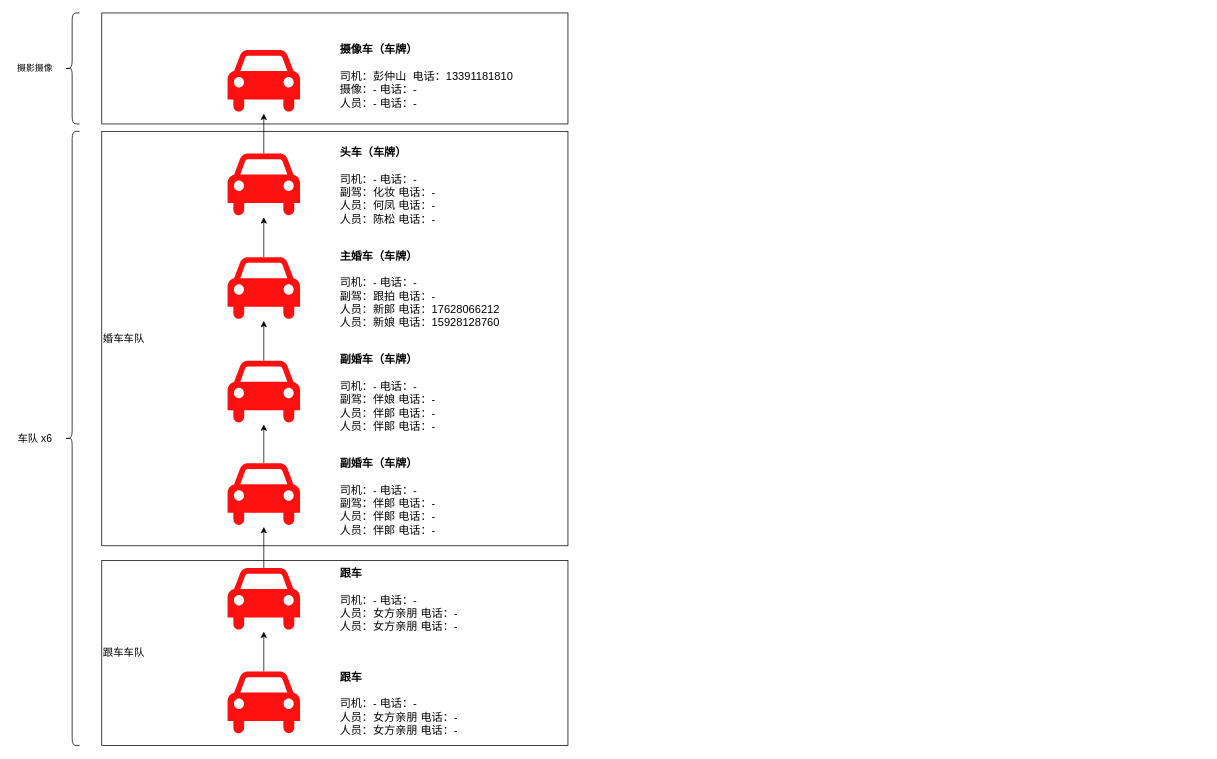
rexlin600/diagrams keeps this draw.io diagram as 结婚车队顺序.drawio. Above is the earlier version. Source tidied: cells renumbered, new cells numbered last; positions are measured from the earlier drawing's top-left corner, leaving out a move shared by most shapes. Both pictures are drawn from the tidied source at 74%, with x=0, y=0 at pixel (13, 13).
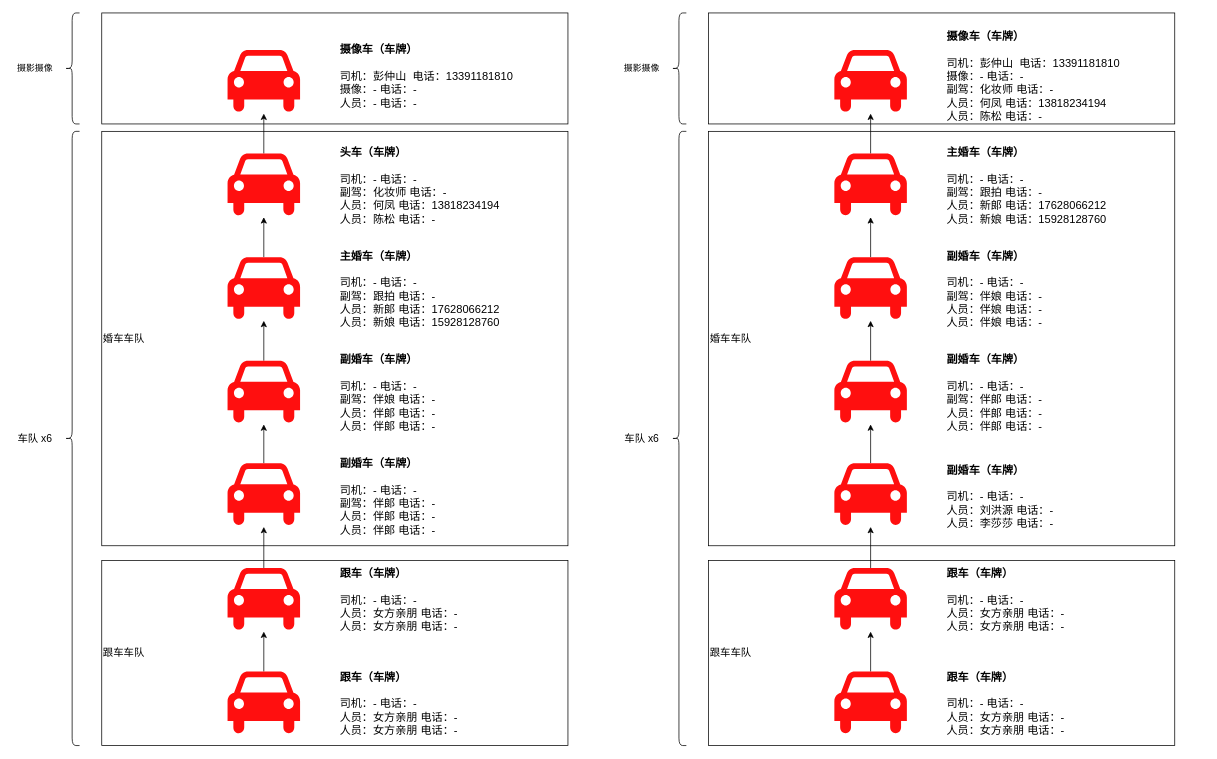
The same diagram, later.

Commit message:
更新结婚车队顺序.drawio

The edit, as a diff of the source:
```diff
@@
-    <mxCell id="19" value="&lt;b style=&quot;font-size: 15px&quot;&gt;&lt;font style=&quot;font-size: 15px&quot;&gt;头车（车牌）&lt;br style=&quot;font-size: 15px&quot;&gt;&lt;/font&gt;&lt;/b&gt;&lt;br style=&quot;font-size: 15px&quot;&gt;司机：- 电话：-&lt;br&gt;副驾：化妆 电话：-&lt;br style=&quot;font-size: 15px&quot;&gt;人员：何凤 电话：-&lt;br style=&quot;font-size: 15px&quot;&gt;人员：陈松 电话：-" style="text;html=1;strokeColor=none;fillColor=none;align=left;verticalAlign=middle;whiteSpace=wrap;rounded=0;fontSize=15;" parent="1" vertex="1">
+    <mxCell id="19" value="&lt;b style=&quot;font-size: 15px&quot;&gt;&lt;font style=&quot;font-size: 15px&quot;&gt;头车（车牌）&lt;br style=&quot;font-size: 15px&quot;&gt;&lt;/font&gt;&lt;/b&gt;&lt;br style=&quot;font-size: 15px&quot;&gt;司机：- 电话：-&lt;br&gt;副驾：化妆师 电话：-&lt;br style=&quot;font-size: 15px&quot;&gt;人员：何凤 电话：13818234194&lt;br style=&quot;font-size: 15px&quot;&gt;人员：陈松 电话：-" style="text;html=1;strokeColor=none;fillColor=none;align=left;verticalAlign=middle;whiteSpace=wrap;rounded=0;fontSize=15;" parent="1" vertex="1">
       <mxGeometry x="440" y="188" width="310" height="90" as="geometry" />
     </mxCell>
@@
-    <mxCell id="23" value="&lt;b style=&quot;font-size: 15px&quot;&gt;&lt;font style=&quot;font-size: 15px&quot;&gt;跟车&lt;br style=&quot;font-size: 15px&quot;&gt;&lt;/font&gt;&lt;/b&gt;&lt;br style=&quot;font-size: 15px&quot;&gt;司机：- 电话：-&lt;br style=&quot;font-size: 15px&quot;&gt;人员：女方亲朋 电话：-&lt;br style=&quot;font-size: 15px&quot;&gt;人员：女方亲朋 电话：-" style="text;html=1;strokeColor=none;fillColor=none;align=left;verticalAlign=middle;whiteSpace=wrap;rounded=0;fontSize=15;" parent="1" vertex="1">
+    <mxCell id="23" value="&lt;b style=&quot;font-size: 15px&quot;&gt;&lt;font style=&quot;font-size: 15px&quot;&gt;跟车（车牌）&lt;br style=&quot;font-size: 15px&quot;&gt;&lt;/font&gt;&lt;/b&gt;&lt;br style=&quot;font-size: 15px&quot;&gt;司机：- 电话：-&lt;br style=&quot;font-size: 15px&quot;&gt;人员：女方亲朋 电话：-&lt;br style=&quot;font-size: 15px&quot;&gt;人员：女方亲朋 电话：-" style="text;html=1;strokeColor=none;fillColor=none;align=left;verticalAlign=middle;whiteSpace=wrap;rounded=0;fontSize=15;" parent="1" vertex="1">
       <mxGeometry x="440" y="748" width="310" height="90" as="geometry" />
     </mxCell>
-    <mxCell id="24" value="&lt;b style=&quot;font-size: 15px&quot;&gt;&lt;font style=&quot;font-size: 15px&quot;&gt;跟车&lt;br style=&quot;font-size: 15px&quot;&gt;&lt;/font&gt;&lt;/b&gt;&lt;br style=&quot;font-size: 15px&quot;&gt;司机：- 电话：-&lt;br style=&quot;font-size: 15px&quot;&gt;人员：女方亲朋 电话：-&lt;br style=&quot;font-size: 15px&quot;&gt;人员：女方亲朋 电话：-" style="text;html=1;strokeColor=none;fillColor=none;align=left;verticalAlign=middle;whiteSpace=wrap;rounded=0;fontSize=15;" parent="1" vertex="1">
+    <mxCell id="24" value="&lt;b style=&quot;font-size: 15px&quot;&gt;&lt;font style=&quot;font-size: 15px&quot;&gt;跟车（车牌）&lt;br style=&quot;font-size: 15px&quot;&gt;&lt;/font&gt;&lt;/b&gt;&lt;br style=&quot;font-size: 15px&quot;&gt;司机：- 电话：-&lt;br style=&quot;font-size: 15px&quot;&gt;人员：女方亲朋 电话：-&lt;br style=&quot;font-size: 15px&quot;&gt;人员：女方亲朋 电话：-" style="text;html=1;strokeColor=none;fillColor=none;align=left;verticalAlign=middle;whiteSpace=wrap;rounded=0;fontSize=15;" parent="1" vertex="1">
       <mxGeometry x="440" y="888" width="310" height="90" as="geometry" />
     </mxCell>
@@
+    <mxCell id="29" style="rounded=0;whiteSpace=wrap;html=1;" parent="1" vertex="1">
+      <mxGeometry x="940" width="630" height="150" as="geometry" />
+    </mxCell>
+    <mxCell id="30" value="跟车车队" style="rounded=0;whiteSpace=wrap;html=1;fontSize=14;align=left;" parent="1" vertex="1">
+      <mxGeometry x="940" y="740" width="630" height="250" as="geometry" />
+    </mxCell>
+    <mxCell id="31" value="婚车车队" style="rounded=0;whiteSpace=wrap;html=1;fontSize=14;align=left;" parent="1" vertex="1">
+      <mxGeometry x="940" y="160" width="630" height="560" as="geometry" />
+    </mxCell>
+    <mxCell id="32" style="edgeStyle=orthogonalEdgeStyle;rounded=0;jettySize=auto;html=1;fontSize=14;" parent="1" edge="1" source="33" target="44">
+      <mxGeometry relative="1" as="geometry" />
+    </mxCell>
+    <mxCell id="33" style="shape=mxgraph.signs.transportation.car_4;html=1;fillColor=#FF0F0F;strokeColor=none;verticalLabelPosition=bottom;verticalAlign=top;align=center;" parent="1" vertex="1">
+      <mxGeometry x="1110" y="190" width="98" height="86" as="geometry" />
+    </mxCell>
+    <mxCell id="34" style="edgeStyle=orthogonalEdgeStyle;rounded=0;jettySize=auto;html=1;fontSize=14;" parent="1" edge="1" source="35" target="33">
+      <mxGeometry relative="1" as="geometry" />
+    </mxCell>
+    <mxCell id="35" style="shape=mxgraph.signs.transportation.car_4;html=1;fillColor=#FF0F0F;strokeColor=none;verticalLabelPosition=bottom;verticalAlign=top;align=center;" parent="1" vertex="1">
+      <mxGeometry x="1110" y="330" width="98" height="86" as="geometry" />
+    </mxCell>
+    <mxCell id="36" style="edgeStyle=orthogonalEdgeStyle;rounded=0;jettySize=auto;html=1;fontSize=14;" parent="1" edge="1" source="37" target="35">
+      <mxGeometry relative="1" as="geometry" />
+    </mxCell>
+    <mxCell id="37" style="shape=mxgraph.signs.transportation.car_4;html=1;fillColor=#FF0F0F;strokeColor=none;verticalLabelPosition=bottom;verticalAlign=top;align=center;" parent="1" vertex="1">
+      <mxGeometry x="1110" y="470" width="98" height="86" as="geometry" />
+    </mxCell>
+    <mxCell id="38" style="edgeStyle=orthogonalEdgeStyle;rounded=0;jettySize=auto;html=1;fontSize=14;" parent="1" edge="1" source="39" target="37">
+      <mxGeometry relative="1" as="geometry" />
+    </mxCell>
+    <mxCell id="39" style="shape=mxgraph.signs.transportation.car_4;html=1;fillColor=#FF0F0F;strokeColor=none;verticalLabelPosition=bottom;verticalAlign=top;align=center;" parent="1" vertex="1">
+      <mxGeometry x="1110" y="608.5" width="98" height="86" as="geometry" />
+    </mxCell>
+    <mxCell id="40" style="edgeStyle=orthogonalEdgeStyle;rounded=0;jettySize=auto;html=1;fontSize=14;" parent="1" edge="1" source="41" target="39">
+      <mxGeometry relative="1" as="geometry" />
+    </mxCell>
+    <mxCell id="41" style="shape=mxgraph.signs.transportation.car_4;html=1;fillColor=#FF0F0F;strokeColor=none;verticalLabelPosition=bottom;verticalAlign=top;align=center;" parent="1" vertex="1">
+      <mxGeometry x="1110" y="750" width="98" height="86" as="geometry" />
+    </mxCell>
+    <mxCell id="42" style="edgeStyle=orthogonalEdgeStyle;rounded=0;jettySize=auto;html=1;fontSize=14;" parent="1" edge="1" source="43" target="41">
+      <mxGeometry relative="1" as="geometry" />
+    </mxCell>
+    <mxCell id="43" style="shape=mxgraph.signs.transportation.car_4;html=1;fillColor=#FF0F0F;strokeColor=none;verticalLabelPosition=bottom;verticalAlign=top;align=center;" parent="1" vertex="1">
+      <mxGeometry x="1110" y="890" width="98" height="86" as="geometry" />
+    </mxCell>
+    <mxCell id="44" style="shape=mxgraph.signs.transportation.car_4;html=1;fillColor=#FF0F0F;strokeColor=none;verticalLabelPosition=bottom;verticalAlign=top;align=center;" parent="1" vertex="1">
+      <mxGeometry x="1110" y="50" width="98" height="86" as="geometry" />
+    </mxCell>
+    <mxCell id="45" value="&lt;b style=&quot;font-size: 15px&quot;&gt;&lt;font style=&quot;font-size: 15px&quot;&gt;摄像车（车牌）&lt;br style=&quot;font-size: 15px&quot;&gt;&lt;/font&gt;&lt;/b&gt;&lt;br style=&quot;font-size: 15px&quot;&gt;司机：彭仲山&amp;nbsp; 电话：13391181810&lt;br style=&quot;font-size: 15px&quot;&gt;摄像：- 电话：-&lt;br&gt;副驾：化妆师 电话：-&lt;br&gt;人员：何凤 电话：13818234194&lt;br&gt;人员：陈松 电话：-" style="text;html=1;strokeColor=none;fillColor=none;align=left;verticalAlign=middle;whiteSpace=wrap;rounded=0;fontSize=15;" parent="1" vertex="1">
+      <mxGeometry x="1260" y="30" width="350" height="110" as="geometry" />
+    </mxCell>
+    <mxCell id="46" value="&lt;b&gt;主婚车（车牌）&lt;br&gt;&lt;/b&gt;&lt;br&gt;司机：- 电话：-&lt;br&gt;副驾：跟拍 电话：-&lt;br&gt;人员：新郎 电话：17628066212&lt;br&gt;人员：新娘 电话：15928128760" style="text;html=1;strokeColor=none;fillColor=none;align=left;verticalAlign=middle;whiteSpace=wrap;rounded=0;fontSize=15;" parent="1" vertex="1">
+      <mxGeometry x="1260" y="188" width="310" height="90" as="geometry" />
+    </mxCell>
+    <mxCell id="47" value="&lt;b&gt;副婚车（车牌）&lt;br&gt;&lt;/b&gt;&lt;br&gt;司机：- 电话：-&lt;br&gt;副驾：伴娘 电话：-&lt;br&gt;人员：伴娘 电话：-&lt;br&gt;人员：伴娘 电话：-" style="text;html=1;strokeColor=none;fillColor=none;align=left;verticalAlign=middle;whiteSpace=wrap;rounded=0;fontSize=15;" parent="1" vertex="1">
+      <mxGeometry x="1260" y="328" width="310" height="90" as="geometry" />
+    </mxCell>
+    <mxCell id="48" value="&lt;b&gt;副婚车（车牌）&lt;br&gt;&lt;/b&gt;&lt;br&gt;司机：- 电话：-&lt;br&gt;副驾：伴郎 电话：-&lt;br&gt;人员：伴郎 电话：-&lt;br&gt;人员：伴郎 电话：-" style="text;html=1;strokeColor=none;fillColor=none;align=left;verticalAlign=middle;whiteSpace=wrap;rounded=0;fontSize=15;" parent="1" vertex="1">
+      <mxGeometry x="1260" y="468" width="310" height="90" as="geometry" />
+    </mxCell>
+    <mxCell id="49" value="&lt;b style=&quot;font-size: 15px&quot;&gt;&lt;font style=&quot;font-size: 15px&quot;&gt;副婚车（车牌）&lt;br style=&quot;font-size: 15px&quot;&gt;&lt;/font&gt;&lt;/b&gt;&lt;br style=&quot;font-size: 15px&quot;&gt;司机：- 电话：-&lt;br style=&quot;font-size: 15px&quot;&gt;人员：刘洪源 电话：-&lt;br style=&quot;font-size: 15px&quot;&gt;人员：李莎莎 电话：-" style="text;html=1;strokeColor=none;fillColor=none;align=left;verticalAlign=middle;whiteSpace=wrap;rounded=0;fontSize=15;" parent="1" vertex="1">
+      <mxGeometry x="1260" y="605" width="310" height="95" as="geometry" />
+    </mxCell>
+    <mxCell id="50" value="&lt;b style=&quot;font-size: 15px&quot;&gt;&lt;font style=&quot;font-size: 15px&quot;&gt;跟车（车牌）&lt;br style=&quot;font-size: 15px&quot;&gt;&lt;/font&gt;&lt;/b&gt;&lt;br style=&quot;font-size: 15px&quot;&gt;司机：- 电话：-&lt;br style=&quot;font-size: 15px&quot;&gt;人员：女方亲朋 电话：-&lt;br style=&quot;font-size: 15px&quot;&gt;人员：女方亲朋 电话：-" style="text;html=1;strokeColor=none;fillColor=none;align=left;verticalAlign=middle;whiteSpace=wrap;rounded=0;fontSize=15;" parent="1" vertex="1">
+      <mxGeometry x="1260" y="748" width="310" height="90" as="geometry" />
+    </mxCell>
+    <mxCell id="51" value="&lt;b style=&quot;font-size: 15px&quot;&gt;&lt;font style=&quot;font-size: 15px&quot;&gt;跟车（车牌）&lt;br style=&quot;font-size: 15px&quot;&gt;&lt;/font&gt;&lt;/b&gt;&lt;br style=&quot;font-size: 15px&quot;&gt;司机：- 电话：-&lt;br style=&quot;font-size: 15px&quot;&gt;人员：女方亲朋 电话：-&lt;br style=&quot;font-size: 15px&quot;&gt;人员：女方亲朋 电话：-" style="text;html=1;strokeColor=none;fillColor=none;align=left;verticalAlign=middle;whiteSpace=wrap;rounded=0;fontSize=15;" parent="1" vertex="1">
+      <mxGeometry x="1260" y="888" width="310" height="90" as="geometry" />
+    </mxCell>
+    <mxCell id="52" style="shape=curlyBracket;whiteSpace=wrap;html=1;rounded=1;fontSize=14;" parent="1" vertex="1">
+      <mxGeometry x="890" y="160" width="20" height="830" as="geometry" />
+    </mxCell>
+    <mxCell id="53" value="车队 x6" style="text;html=1;strokeColor=none;fillColor=none;align=center;verticalAlign=middle;whiteSpace=wrap;rounded=0;fontSize=14;" parent="1" vertex="1">
+      <mxGeometry x="820" y="560" width="60" height="30" as="geometry" />
+    </mxCell>
+    <mxCell id="54" style="shape=curlyBracket;whiteSpace=wrap;html=1;rounded=1;" parent="1" vertex="1">
+      <mxGeometry x="890" width="20" height="150" as="geometry" />
+    </mxCell>
+    <mxCell id="55" value="摄影摄像" style="text;html=1;strokeColor=none;fillColor=none;align=center;verticalAlign=middle;whiteSpace=wrap;rounded=0;" parent="1" vertex="1">
+      <mxGeometry x="820" y="60" width="60" height="30" as="geometry" />
+    </mxCell>
```
